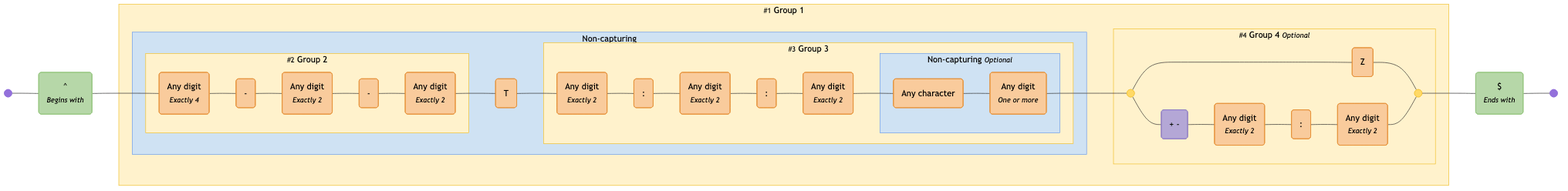
tayles/regex-to-mermaid keeps this Mermaid diagram as diagrams/datetime-rfc3339.mermaid-diagram.png. Above is the earlier version. Its source is kept beside it as diagrams/datetime-rfc3339.mermaid.
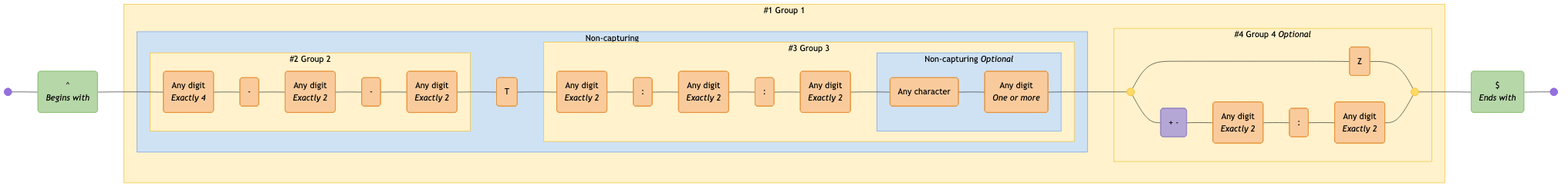
After the change.

Diff of the diagram source:
```diff
@@ -4,30 +4,30 @@
 
   start@{ shape: f-circ };
   fin@{ shape: f-circ };
-  assertion_1("^<br><i><small>Begins with</small></i>"):::assertion;
-  literal_1("Any digit<br><i><small>Exactly 4</small></i>"):::literal;
+  assertion_1("^<br><i>Begins with</i>"):::assertion;
+  literal_1("Any digit<br><i>Exactly 4</i>"):::literal;
   literal_2("-"):::literal;
-  literal_3("Any digit<br><i><small>Exactly 2</small></i>"):::literal;
+  literal_3("Any digit<br><i>Exactly 2</i>"):::literal;
   literal_4("-"):::literal;
-  literal_5("Any digit<br><i><small>Exactly 2</small></i>"):::literal;
+  literal_5("Any digit<br><i>Exactly 2</i>"):::literal;
   literal_6("T"):::literal;
-  literal_7("Any digit<br><i><small>Exactly 2</small></i>"):::literal;
+  literal_7("Any digit<br><i>Exactly 2</i>"):::literal;
   literal_8(":"):::literal;
-  literal_9("Any digit<br><i><small>Exactly 2</small></i>"):::literal;
+  literal_9("Any digit<br><i>Exactly 2</i>"):::literal;
   literal_10(":"):::literal;
-  literal_11("Any digit<br><i><small>Exactly 2</small></i>"):::literal;
+  literal_11("Any digit<br><i>Exactly 2</i>"):::literal;
   literal_12("Any character"):::literal;
-  literal_13("Any digit<br><i><small>One or more</small></i>"):::literal;
+  literal_13("Any digit<br><i>One or more</i>"):::literal;
   disjunction_begin_1:::disjunction@{ shape: f-circ };
   disjunction_end_1:::disjunction@{ shape: f-circ };
   literal_14("Z"):::literal;
   char_class_1("+ -"):::char-class;
-  literal_15("Any digit<br><i><small>Exactly 2</small></i>"):::literal;
+  literal_15("Any digit<br><i>Exactly 2</i>"):::literal;
   literal_16(":"):::literal;
-  literal_17("Any digit<br><i><small>Exactly 2</small></i>"):::literal;
-  assertion_2("$<br><i><small>Ends with</small></i>"):::assertion;
+  literal_17("Any digit<br><i>Exactly 2</i>"):::literal;
+  assertion_2("$<br><i>Ends with</i>"):::assertion;
 
-  subgraph standard_2 ["<small>#2</small> Group 2"]
+  subgraph standard_2 ["#2 Group 2"]
     literal_1
     literal_2
     literal_3
@@ -35,12 +35,12 @@
     literal_5
   end
 
-  subgraph non_capturing_2 ["Non-capturing <small><i>Optional</i></small>"]
+  subgraph non_capturing_2 ["Non-capturing <i>Optional</i>"]
     literal_12
     literal_13
   end
 
-  subgraph standard_3 ["<small>#3</small> Group 3"]
+  subgraph standard_3 ["#3 Group 3"]
     non_capturing_2
     literal_7
     literal_8
@@ -56,7 +56,7 @@
     literal_6
   end
 
-  subgraph standard_4 ["<small>#4</small> Group 4 <small><i>Optional</i></small>"]
+  subgraph standard_4 ["#4 Group 4 <i>Optional</i>"]
     disjunction_begin_1
     disjunction_end_1
     literal_14
@@ -66,7 +66,7 @@
     literal_17
   end
 
-  subgraph standard_1 ["<small>#1</small> Group 1"]
+  subgraph standard_1 ["#1 Group 1"]
     standard_2
     non_capturing_2
     standard_3
```
